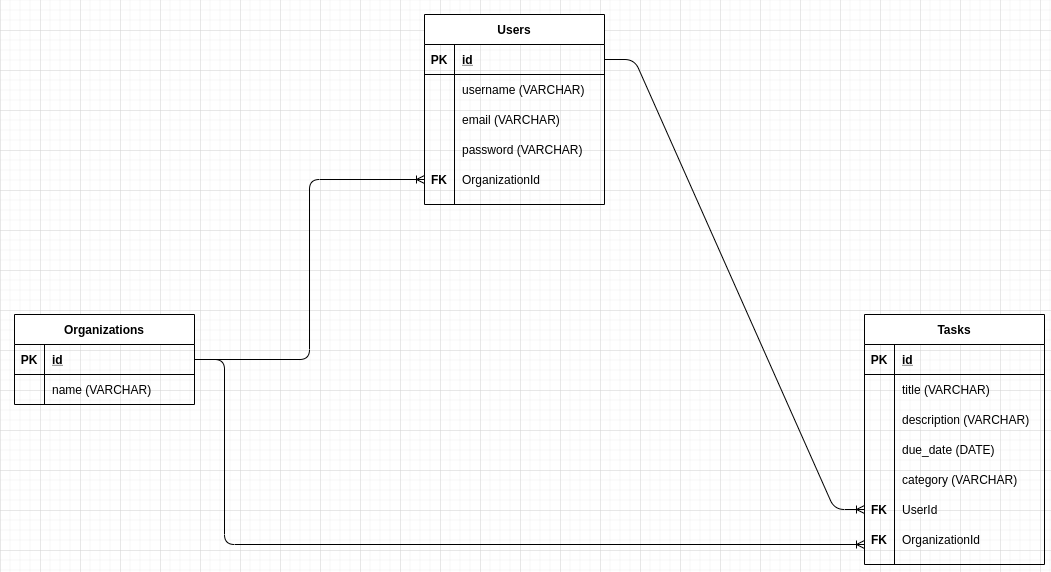
pi-46-tropical-fox/kanban-app keeps this draw.io diagram as server/Database_Schema.png. Above is the earlier version. Source tidied: cells renumbered, new cells last; positions are measured from the earlier drawing's top-left corner, leaving out a move shared by most shapes.
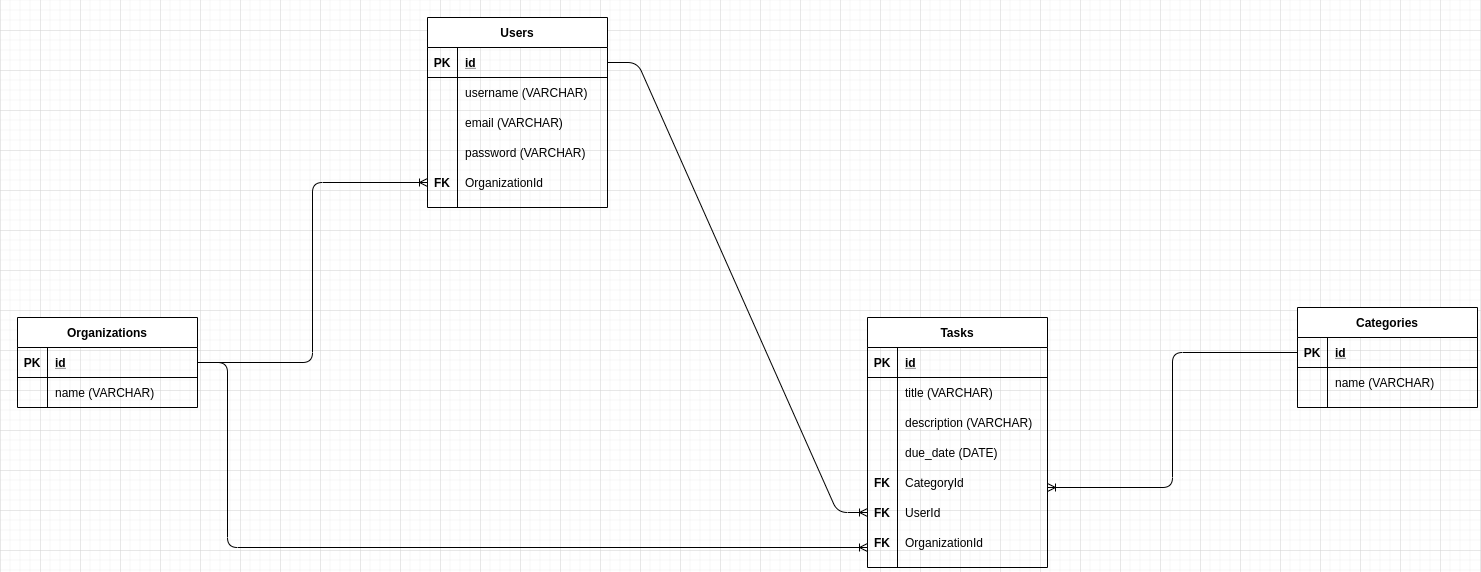
After the commit.

Change to the diagram source:
```diff
@@ -119,10 +119,10 @@
     <mxCell id="40" style="shape=partialRectangle;fillColor=none;top=0;left=0;bottom=0;right=0;" parent="27" vertex="1">
       <mxGeometry y="150" width="180" height="30" as="geometry" />
     </mxCell>
-    <mxCell id="41" style="shape=partialRectangle;fillColor=none;top=0;left=0;bottom=0;right=0;overflow=hidden;fontStyle=1;" parent="40" vertex="1">
+    <mxCell id="41" value="FK" style="shape=partialRectangle;fillColor=none;top=0;left=0;bottom=0;right=0;overflow=hidden;fontStyle=1;" parent="40" vertex="1">
       <mxGeometry width="30" height="30" as="geometry" />
     </mxCell>
-    <mxCell id="42" value="category (VARCHAR)" style="shape=partialRectangle;fillColor=none;top=0;left=0;bottom=0;right=0;align=left;spacingLeft=6;overflow=hidden;" parent="40" vertex="1">
+    <mxCell id="42" value="CategoryId" style="shape=partialRectangle;fillColor=none;top=0;left=0;bottom=0;right=0;align=left;spacingLeft=6;overflow=hidden;" parent="40" vertex="1">
       <mxGeometry x="30" width="150" height="30" as="geometry" />
     </mxCell>
     <mxCell id="43" style="shape=partialRectangle;fillColor=none;top=0;left=0;bottom=0;right=0;points=[[0,0.5],[1,0.5]];portConstraint=eastwest;" parent="27" vertex="1">
@@ -152,5 +152,31 @@
         </Array>
       </mxGeometry>
     </mxCell>
+    <mxCell id="50" value="Categories" style="shape=table;startSize=30;rowLines=0;fontStyle=1;align=center;" parent="1" vertex="1">
+      <mxGeometry x="1280" y="290" width="180" height="100" as="geometry" />
+    </mxCell>
+    <mxCell id="51" style="shape=partialRectangle;fillColor=none;top=0;left=0;bottom=1;right=0;points=[[0,0.5],[1,0.5]];portConstraint=eastwest;" parent="50" vertex="1">
+      <mxGeometry y="30" width="180" height="30" as="geometry" />
+    </mxCell>
+    <mxCell id="52" value="PK" style="shape=partialRectangle;fillColor=none;top=0;left=0;bottom=0;right=0;fontStyle=1;overflow=hidden;" parent="51" vertex="1">
+      <mxGeometry width="30" height="30" as="geometry" />
+    </mxCell>
+    <mxCell id="53" value="id" style="shape=partialRectangle;fillColor=none;top=0;left=0;bottom=0;right=0;align=left;spacingLeft=6;fontStyle=5;overflow=hidden;" parent="51" vertex="1">
+      <mxGeometry x="30" width="150" height="30" as="geometry" />
+    </mxCell>
+    <mxCell id="54" style="shape=partialRectangle;fillColor=none;top=0;left=0;bottom=0;right=0;" parent="50" vertex="1">
+      <mxGeometry y="60" width="180" height="30" as="geometry" />
+    </mxCell>
+    <mxCell id="55" style="shape=partialRectangle;fillColor=none;top=0;left=0;bottom=0;right=0;overflow=hidden;" parent="54" vertex="1">
+      <mxGeometry width="30" height="30" as="geometry" />
+    </mxCell>
+    <mxCell id="56" value="name (VARCHAR)" style="shape=partialRectangle;fillColor=none;top=0;left=0;bottom=0;right=0;align=left;spacingLeft=6;overflow=hidden;" parent="54" vertex="1">
+      <mxGeometry x="30" width="150" height="30" as="geometry" />
+    </mxCell>
+    <mxCell id="57" style="edgeStyle=elbowEdgeStyle;fontSize=12;html=1;endArrow=ERoneToMany;exitX=0;exitY=0.5;exitDx=0;exitDy=0;" parent="1" edge="1" source="51">
+      <mxGeometry relative="1" as="geometry">
+        <mxPoint x="1030" y="470" as="targetPoint" />
+      </mxGeometry>
+    </mxCell>
   </root>
 </mxGraphModel>
```
